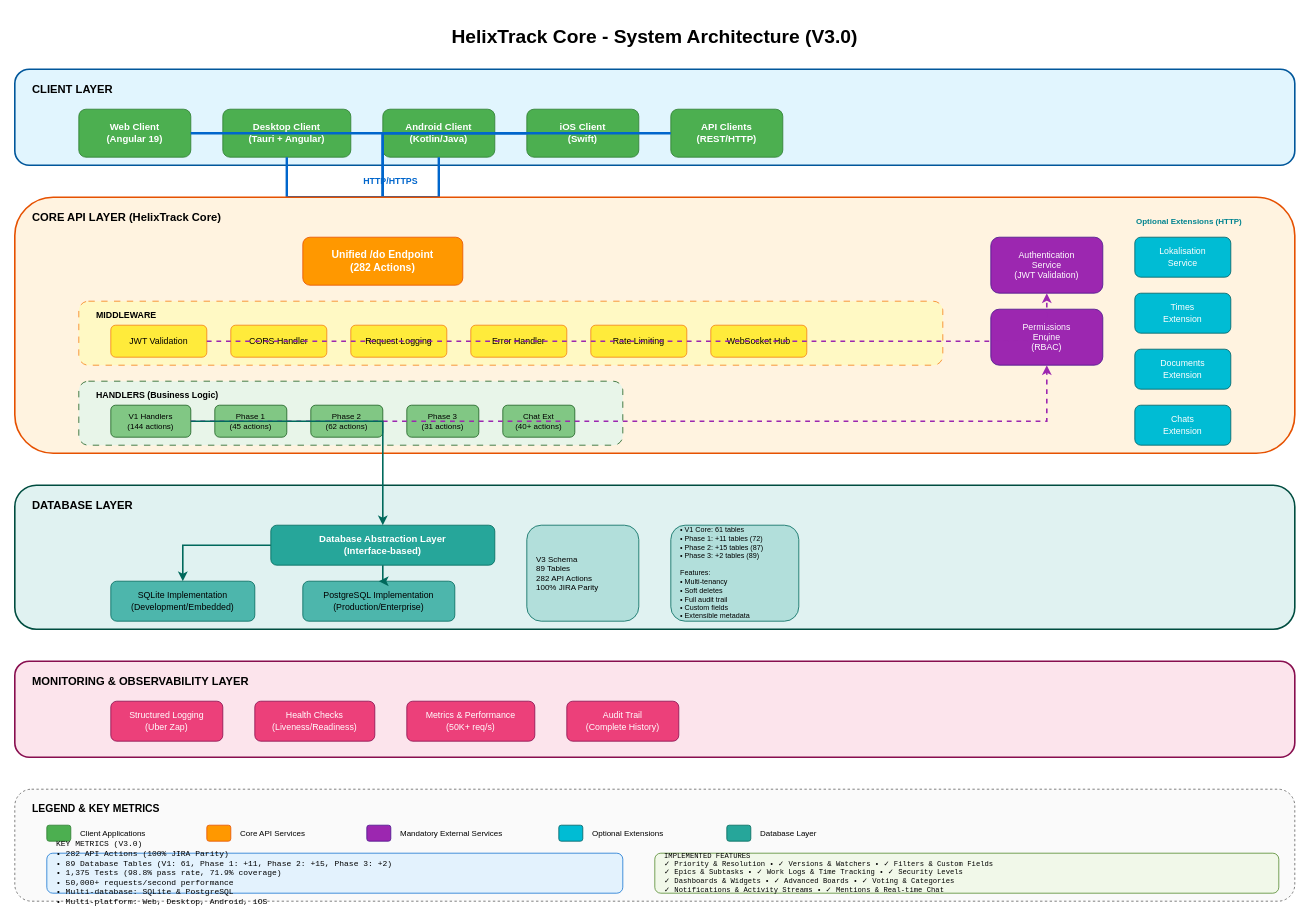
Above: Application/docs/diagrams/01-system-architecture.drawio in Helix-Track/Core (draw.io), before the change. Source tidied: cells renumbered, new cells numbered last; positions are measured from the earlier drawing's top-left corner, leaving out a move shared by most shapes. Both pictures are drawn from the tidied source at 80%, with x=0, y=0 at pixel (14, 21).
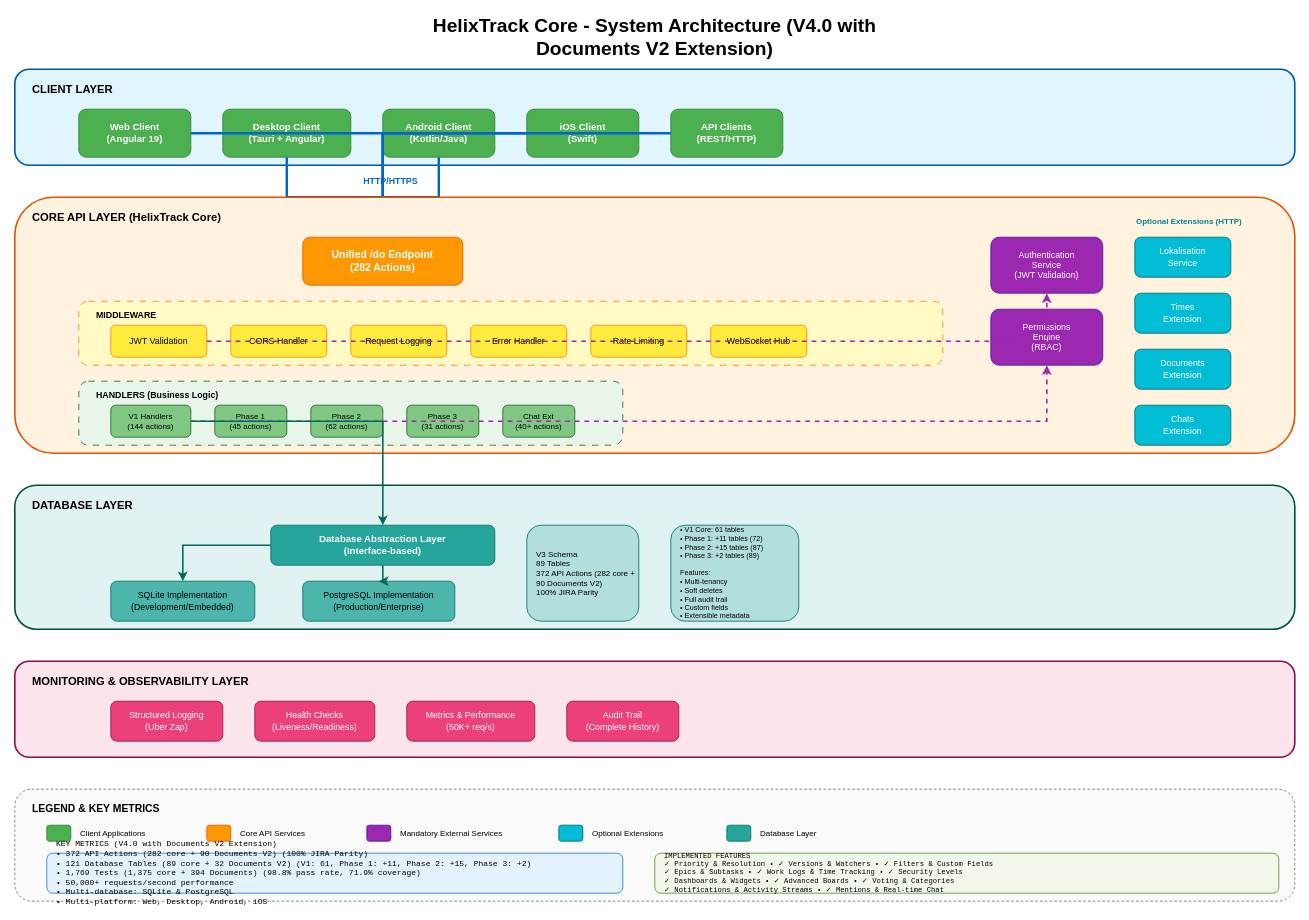
The same diagram, later.

Commit message (it also covers changes not shown here):
Update all .drawio diagrams to V4.0 with Documents V2 Extension

Change to the diagram source:
```diff
@@
-    <mxCell id="2" value="HelixTrack Core - System Architecture (V3.0)" style="text;html=1;strokeColor=none;fillColor=none;align=center;verticalAlign=middle;whiteSpace=wrap;rounded=0;fontSize=24;fontStyle=1;" parent="1" vertex="1">
+    <mxCell id="2" value="HelixTrack Core - System Architecture (V4.0 with Documents V2 Extension)" style="text;html=1;strokeColor=none;fillColor=none;align=center;verticalAlign=middle;whiteSpace=wrap;rounded=0;fontSize=24;fontStyle=1;" parent="1" vertex="1">
       <mxGeometry x="500" width="600" height="40" as="geometry" />
     </mxCell>
@@
-    <mxCell id="48" value="V3 Schema&#10;89 Tables&#10;282 API Actions&#10;100% JIRA Parity" style="rounded=1;whiteSpace=wrap;html=1;fillColor=#B2DFDB;strokeColor=#00695C;fontSize=10;align=left;spacingLeft=10;" parent="1" vertex="1">
+    <mxCell id="48" value="V3 Schema&#10;89 Tables&#10;372 API Actions (282 core + 90 Documents V2)&#10;100% JIRA Parity" style="rounded=1;whiteSpace=wrap;html=1;fillColor=#B2DFDB;strokeColor=#00695C;fontSize=10;align=left;spacingLeft=10;" parent="1" vertex="1">
       <mxGeometry x="640" y="630" width="140" height="120" as="geometry" />
     </mxCell>
@@
-    <mxCell id="71" value="KEY METRICS (V3.0)&#10;• 282 API Actions (100% JIRA Parity)&#10;• 89 Database Tables (V1: 61, Phase 1: +11, Phase 2: +15, Phase 3: +2)&#10;• 1,375 Tests (98.8% pass rate, 71.9% coverage)&#10;• 50,000+ requests/second performance&#10;• Multi-database: SQLite &amp; PostgreSQL&#10;• Multi-platform: Web, Desktop, Android, iOS" style="rounded=1;whiteSpace=wrap;html=1;fillColor=#E3F2FD;strokeColor=#1976D2;fontSize=10;align=left;spacingLeft=10;fontFamily=Courier New;" parent="1" vertex="1">
+    <mxCell id="71" value="KEY METRICS (V4.0 with Documents V2 Extension)&#10;• 372 API Actions (282 core + 90 Documents V2) (100% JIRA Parity)&#10;• 121 Database Tables (89 core + 32 Documents V2) (V1: 61, Phase 1: +11, Phase 2: +15, Phase 3: +2)&#10;• 1,769 Tests (1,375 core + 394 Documents) (98.8% pass rate, 71.9% coverage)&#10;• 50,000+ requests/second performance&#10;• Multi-database: SQLite &amp; PostgreSQL&#10;• Multi-platform: Web, Desktop, Android, iOS" style="rounded=1;whiteSpace=wrap;html=1;fillColor=#E3F2FD;strokeColor=#1976D2;fontSize=10;align=left;spacingLeft=10;fontFamily=Courier New;" parent="1" vertex="1">
       <mxGeometry x="40" y="1040" width="720" height="50" as="geometry" />
     </mxCell>
```
